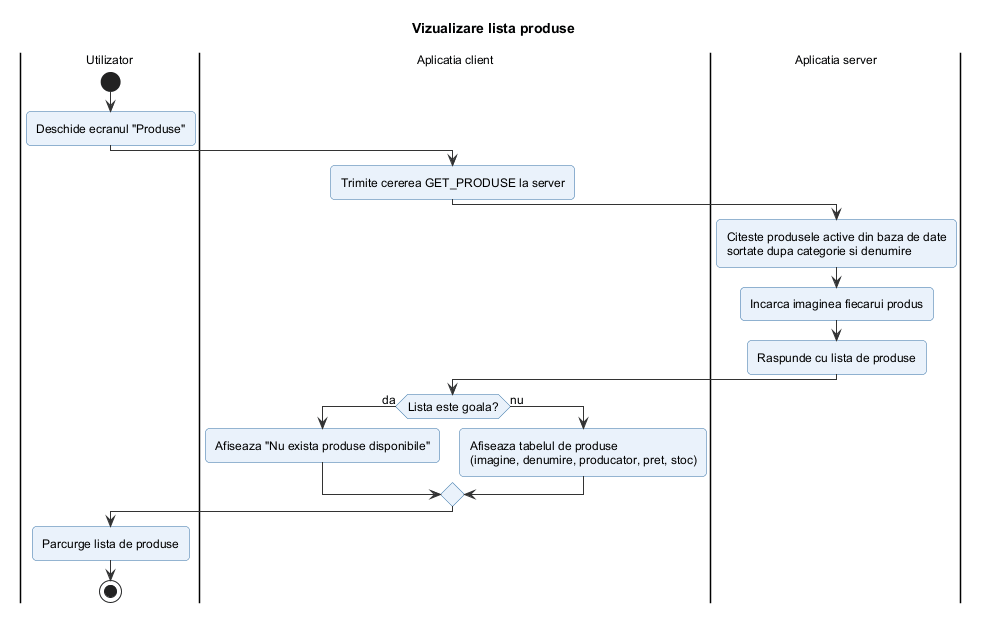
Before: docs/diagrame/2_activitati/vizualizare_lista_produse.png, a diagram exported from PlantUML (filip-eanu/ProiectIS). Source of this version:
```plantuml
@startuml vizualizare_lista_produse
!include ../_stil.iuml
title Vizualizare lista produse

|Utilizator|
start
:Deschide ecranul "Produse";
|Aplicatia client|
:Trimite cererea GET_PRODUSE la server;
|Aplicatia server|
:Citeste produsele active din baza de date
sortate dupa categorie si denumire;
:Incarca imaginea fiecarui produs;
:Raspunde cu lista de produse;
|Aplicatia client|
if (Lista este goala?) then (da)
  :Afiseaza "Nu exista produse disponibile";
else (nu)
  :Afiseaza tabelul de produse
  (imagine, denumire, producator, pret, stoc);
endif
|Utilizator|
:Parcurge lista de produse;
stop
@enduml
```
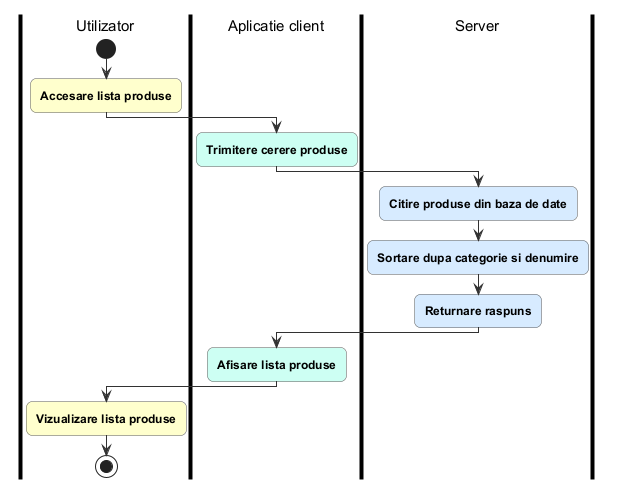
The same file after the commit.

Change to the diagram source:
```diff
@@ -1,25 +1,18 @@
 @startuml vizualizare_lista_produse
-!include ../_stil.iuml
-title Vizualizare lista produse
+!include ../_stil_activitati.iuml
 
 |Utilizator|
 start
-:Deschide ecranul "Produse";
-|Aplicatia client|
-:Trimite cererea GET_PRODUSE la server;
-|Aplicatia server|
-:Citeste produsele active din baza de date
-sortate dupa categorie si denumire;
-:Incarca imaginea fiecarui produs;
-:Raspunde cu lista de produse;
-|Aplicatia client|
-if (Lista este goala?) then (da)
-  :Afiseaza "Nu exista produse disponibile";
-else (nu)
-  :Afiseaza tabelul de produse
-  (imagine, denumire, producator, pret, stoc);
-endif
+$A("Accesare lista produse")
+|Aplicatie client|
+$C("Trimitere cerere produse")
+|Server|
+$S("Citire produse din baza de date")
+$S("Sortare dupa categorie si denumire")
+$S("Returnare raspuns")
+|Aplicatie client|
+$C("Afisare lista produse")
 |Utilizator|
-:Parcurge lista de produse;
+$A("Vizualizare lista produse")
 stop
 @enduml
```
